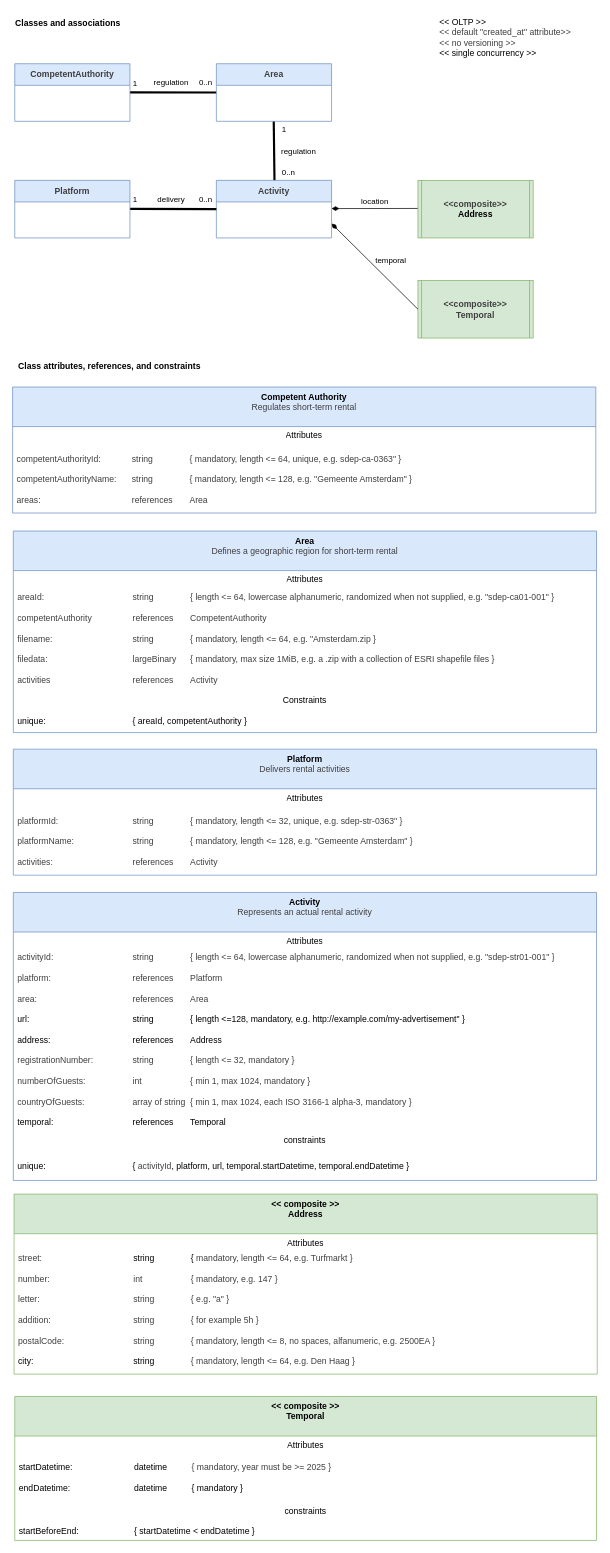
MinBZK/sdep.gov.nl keeps this draw.io diagram as docs/Classes.drawio. Above is the earlier version. Source tidied: cells renumbered, new cells numbered last; positions are measured from the earlier drawing's top-left corner, leaving out a move shared by most shapes. Both pictures are drawn from the tidied source at 72%, with x=0, y=0 at pixel (12, 12).
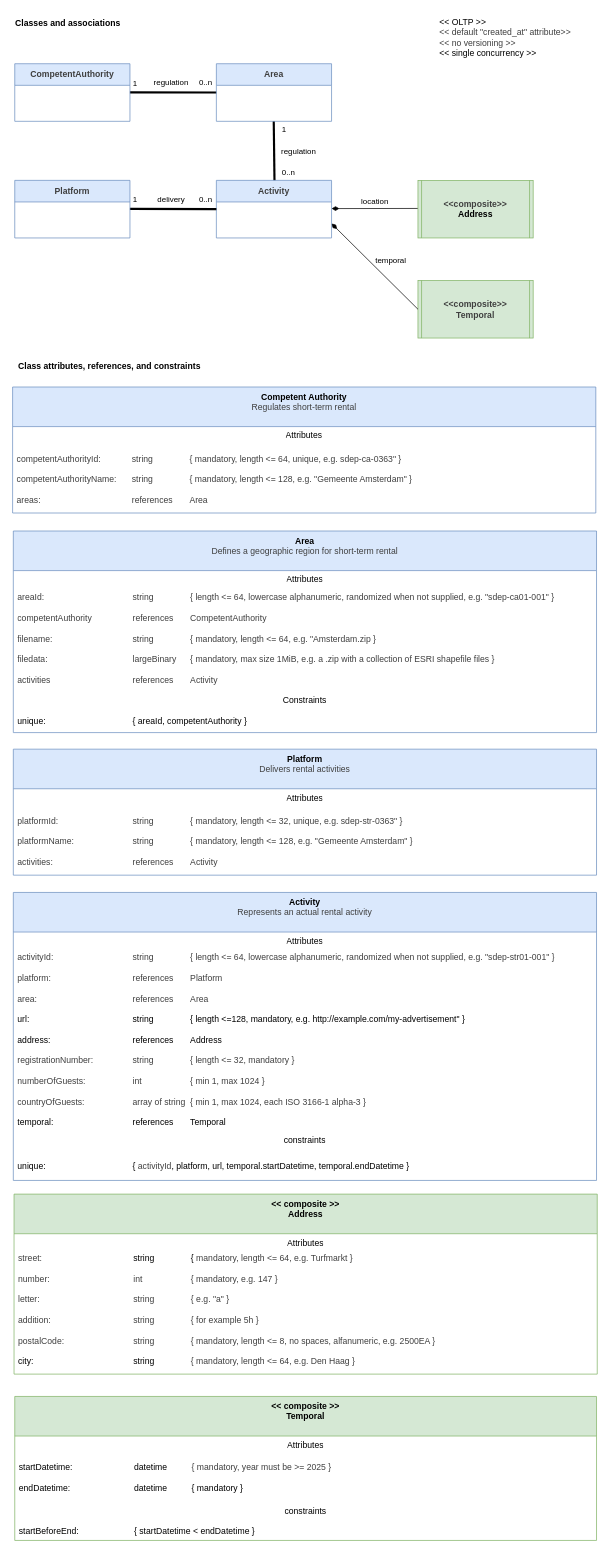
Above is the later version.

The change refers to these unchanged cells:
```xml
<mxCell id="31" value="&lt;div&gt;&lt;b style=&quot;background-color: transparent;&quot;&gt;Activity&lt;/b&gt;&lt;/div&gt;&lt;div&gt;&lt;div style=&quot;scrollbar-color: rgb(226, 226, 226) rgb(251, 251, 251); color: rgb(63, 63, 63);&quot;&gt;&lt;span style=&quot;scrollbar-color: rgb(226, 226, 226) rgb(251, 251, 251); background-color: transparent; color: rgb(63, 63, 63);&quot;&gt;Represents an actual rental activity&lt;/span&gt;&lt;/div&gt;&lt;div style=&quot;scrollbar-color: rgb(226, 226, 226) rgb(251, 251, 251); color: rgb(63, 63, 63);&quot;&gt;&lt;span style=&quot;scrollbar-color: rgb(226, 226, 226) rgb(251, 251, 251); background-color: transparent; color: rgb(63, 63, 63);&quot;&gt;&lt;br style=&quot;color: rgb(63, 63, 63); scrollbar-color: rgb(226, 226, 226) rgb(251, 251, 251);&quot;&gt;&lt;/span&gt;&lt;/div&gt;&lt;div style=&quot;scrollbar-color: rgb(226, 226, 226) rgb(251, 251, 251); color: rgb(63, 63, 63);&quot;&gt;&lt;br style=&quot;color: rgb(63, 63, 63); scrollbar-color: rgb(226, 226, 226) rgb(251, 251, 251); text-align: left;&quot;&gt;&lt;/div&gt;&lt;/div&gt;" style="swimlane;fontStyle=0;align=center;verticalAlign=top;horizontal=1;startSize=55;html=1;whiteSpace=wrap;fillColor=#dae8fc;strokeColor=#6c8ebf;" parent="1" vertex="1">
  <mxGeometry x="1" y="1222" width="810" height="400" as="geometry" />
</mxCell>
```

The edit, as a diff of the source:
```diff
@@
-    <mxCell id="33" value="&lt;div&gt;&lt;span style=&quot;color: rgb(63, 63, 63); scrollbar-color: rgb(226, 226, 226) rgb(251, 251, 251); background-color: transparent;&quot;&gt;activityId:&lt;/span&gt;&lt;span style=&quot;color: rgb(63, 63, 63); scrollbar-color: rgb(226, 226, 226) rgb(251, 251, 251); background-color: transparent; white-space: pre;&quot;&gt;&#9;&lt;/span&gt;&lt;span style=&quot;color: rgb(63, 63, 63); scrollbar-color: rgb(226, 226, 226) rgb(251, 251, 251); background-color: transparent; white-space: pre;&quot;&gt;&#9;&lt;/span&gt;&lt;span style=&quot;color: rgb(63, 63, 63); scrollbar-color: rgb(226, 226, 226) rgb(251, 251, 251); background-color: transparent; white-space: pre;&quot;&gt;&#9;&lt;/span&gt;&lt;span style=&quot;color: rgb(63, 63, 63); scrollbar-color: rgb(226, 226, 226) rgb(251, 251, 251); background-color: transparent; white-space: pre;&quot;&gt;&#9;&lt;span style=&quot;color: rgb(63, 63, 63); scrollbar-color: rgb(226, 226, 226) rgb(251, 251, 251); white-space: pre;&quot;&gt;&#9;&lt;/span&gt;&lt;/span&gt;&lt;span style=&quot;color: rgb(63, 63, 63); scrollbar-color: rgb(226, 226, 226) rgb(251, 251, 251); background-color: transparent;&quot;&gt;string&amp;nbsp;&lt;/span&gt;&lt;span style=&quot;color: rgb(63, 63, 63); scrollbar-color: rgb(226, 226, 226) rgb(251, 251, 251); background-color: transparent; white-space: pre;&quot;&gt;&#9;&lt;span style=&quot;color: rgb(63, 63, 63); scrollbar-color: rgb(226, 226, 226) rgb(251, 251, 251); white-space: pre;&quot;&gt;&#9;&lt;/span&gt;&lt;/span&gt;&lt;span style=&quot;color: rgb(63, 63, 63); scrollbar-color: rgb(226, 226, 226) rgb(251, 251, 251); background-color: transparent;&quot;&gt;{ length &amp;lt;= 64, lowercase alphanumeric,&amp;nbsp;&lt;/span&gt;&lt;span style=&quot;scrollbar-color: rgb(226, 226, 226) rgb(251, 251, 251); background-color: transparent; color: rgb(63, 63, 63);&quot;&gt;randomized when not supplied, e.g.&lt;/span&gt;&lt;span style=&quot;scrollbar-color: rgb(226, 226, 226) rgb(251, 251, 251); background-color: transparent; color: rgb(63, 63, 63);&quot;&gt;&amp;nbsp;&quot;sdep-str01-001&quot; }&lt;/span&gt;&lt;span style=&quot;background-color: transparent;&quot;&gt;&lt;/span&gt;&lt;/div&gt;&lt;div&gt;&lt;span style=&quot;scrollbar-color: rgb(226, 226, 226) rgb(251, 251, 251); background-color: transparent; color: rgb(63, 63, 63);&quot;&gt;&lt;br&gt;&lt;/span&gt;&lt;/div&gt;&lt;div&gt;&lt;span style=&quot;color: rgb(63, 63, 63);&quot;&gt;platform:&amp;nbsp;&lt;/span&gt;&lt;span style=&quot;color: rgb(63, 63, 63); scrollbar-color: rgb(226, 226, 226) rgb(251, 251, 251); white-space: pre;&quot;&gt;&#9;&lt;/span&gt;&lt;span style=&quot;color: rgb(63, 63, 63); scrollbar-color: rgb(226, 226, 226) rgb(251, 251, 251); white-space: pre;&quot;&gt;&#9;&lt;/span&gt;&lt;span style=&quot;color: rgb(63, 63, 63); scrollbar-color: rgb(226, 226, 226) rgb(251, 251, 251); white-space: pre;&quot;&gt;&#9;&lt;/span&gt;&lt;span style=&quot;color: rgb(63, 63, 63); scrollbar-color: rgb(226, 226, 226) rgb(251, 251, 251); white-space: pre;&quot;&gt;&#9;&lt;/span&gt;&lt;span style=&quot;color: rgb(63, 63, 63); scrollbar-color: rgb(226, 226, 226) rgb(251, 251, 251); white-space: pre;&quot;&gt;&#9;&lt;/span&gt;&lt;span style=&quot;color: rgb(63, 63, 63);&quot;&gt;references&amp;nbsp;&lt;/span&gt;&lt;span style=&quot;color: rgb(63, 63, 63); scrollbar-color: rgb(226, 226, 226) rgb(251, 251, 251); white-space: pre;&quot;&gt;&#9;&lt;/span&gt;&lt;span style=&quot;color: rgb(63, 63, 63);&quot;&gt;Platform&lt;/span&gt;&lt;span style=&quot;background-color: transparent;&quot;&gt;&lt;/span&gt;&lt;/div&gt;&lt;div&gt;&lt;span style=&quot;color: rgb(63, 63, 63);&quot;&gt;&lt;br&gt;&lt;/span&gt;&lt;/div&gt;&lt;div&gt;&lt;div style=&quot;scrollbar-color: rgb(226, 226, 226) rgb(251, 251, 251); color: rgb(63, 63, 63);&quot;&gt;area:&amp;nbsp;&lt;span style=&quot;color: rgb(63, 63, 63); scrollbar-color: rgb(226, 226, 226) rgb(251, 251, 251); white-space: pre;&quot;&gt;&#9;&lt;/span&gt;&lt;span style=&quot;color: rgb(63, 63, 63); scrollbar-color: rgb(226, 226, 226) rgb(251, 251, 251); white-space: pre;&quot;&gt;&#9;&lt;/span&gt;&lt;span style=&quot;color: rgb(63, 63, 63); scrollbar-color: rgb(226, 226, 226) rgb(251, 251, 251); white-space: pre;&quot;&gt;&#9;&lt;/span&gt;&lt;span style=&quot;color: rgb(63, 63, 63); scrollbar-color: rgb(226, 226, 226) rgb(251, 251, 251); white-space: pre;&quot;&gt;&#9;&lt;/span&gt;&lt;span style=&quot;color: rgb(63, 63, 63); scrollbar-color: rgb(226, 226, 226) rgb(251, 251, 251); white-space: pre;&quot;&gt;&#9;&lt;/span&gt;references&amp;nbsp;&lt;span style=&quot;color: rgb(63, 63, 63); scrollbar-color: rgb(226, 226, 226) rgb(251, 251, 251); white-space: pre;&quot;&gt;&#9;&lt;/span&gt;Area&lt;/div&gt;&lt;div style=&quot;scrollbar-color: rgb(226, 226, 226) rgb(251, 251, 251); color: rgb(63, 63, 63);&quot;&gt;&lt;br style=&quot;color: rgb(63, 63, 63); scrollbar-color: rgb(226, 226, 226) rgb(251, 251, 251);&quot;&gt;&lt;/div&gt;&lt;/div&gt;&lt;div&gt;&lt;span style=&quot;background-color: transparent;&quot;&gt;url: &lt;span style=&quot;white-space: pre;&quot;&gt;&#9;&lt;/span&gt;&lt;span style=&quot;white-space: pre;&quot;&gt;&#9;&lt;/span&gt;&lt;span style=&quot;white-space: pre;&quot;&gt;&#9;&lt;/span&gt;&lt;span style=&quot;white-space: pre;&quot;&gt;&#9;&lt;/span&gt;&lt;span style=&quot;white-space: pre;&quot;&gt;&#9;&lt;span style=&quot;white-space: pre;&quot;&gt;&#9;&lt;/span&gt;&lt;/span&gt;string&amp;nbsp;&lt;span style=&quot;white-space: pre;&quot;&gt;&#9;&lt;/span&gt;&lt;span style=&quot;white-space: pre;&quot;&gt;&#9;&lt;/span&gt;&lt;/span&gt;&lt;span style=&quot;background-color: transparent;&quot;&gt;{ length &amp;lt;=128, mandatory, e.g.&amp;nbsp;&lt;/span&gt;&lt;span style=&quot;background-color: transparent;&quot;&gt;http://example.com/my-advertisement&quot; }&lt;/span&gt;&lt;/div&gt;&lt;div&gt;&lt;span style=&quot;background-color: transparent;&quot;&gt;&lt;br&gt;&lt;/span&gt;&lt;/div&gt;&lt;div&gt;&lt;span style=&quot;background-color: transparent;&quot;&gt;address: &lt;span style=&quot;white-space: pre;&quot;&gt;&#9;&lt;/span&gt;&lt;span style=&quot;white-space: pre;&quot;&gt;&#9;&lt;span style=&quot;white-space: pre;&quot;&gt;&#9;&lt;/span&gt;&lt;span style=&quot;white-space: pre;&quot;&gt;&#9;&lt;/span&gt;&lt;span style=&quot;white-space: pre;&quot;&gt;&#9;&lt;/span&gt;&lt;/span&gt;references&lt;span style=&quot;white-space: pre;&quot;&gt;&#9;&lt;/span&gt;Address&lt;/span&gt;&lt;/div&gt;&lt;div&gt;&lt;span style=&quot;background-color: transparent;&quot;&gt;&lt;br&gt;&lt;/span&gt;&lt;/div&gt;&lt;div&gt;&lt;div style=&quot;color: rgb(63, 63, 63); scrollbar-color: rgb(226, 226, 226) rgb(251, 251, 251);&quot;&gt;&lt;span style=&quot;color: rgb(63, 63, 63); scrollbar-color: rgb(226, 226, 226) rgb(251, 251, 251); background-color: transparent;&quot;&gt;registrationNumber: &lt;span style=&quot;white-space: pre;&quot;&gt;&#9;&lt;/span&gt;&lt;span style=&quot;white-space: pre;&quot;&gt;&#9;&lt;/span&gt;string&amp;nbsp;&lt;span style=&quot;white-space: pre;&quot;&gt;&#9;&lt;/span&gt;&lt;span style=&quot;white-space: pre;&quot;&gt;&#9;&lt;/span&gt;&lt;/span&gt;&lt;span style=&quot;background-color: transparent; scrollbar-color: rgb(226, 226, 226) rgb(251, 251, 251); color: rgb(63, 63, 63);&quot;&gt;{ length &amp;lt;= 32,&amp;nbsp;&lt;/span&gt;&lt;span style=&quot;background-color: transparent; scrollbar-color: rgb(226, 226, 226) rgb(251, 251, 251); color: rgb(63, 63, 63);&quot;&gt;mandatory&lt;/span&gt;&lt;span style=&quot;background-color: transparent; scrollbar-color: rgb(226, 226, 226) rgb(251, 251, 251); color: rgb(63, 63, 63);&quot;&gt;&amp;nbsp;}&lt;/span&gt;&lt;/div&gt;&lt;div style=&quot;color: rgb(63, 63, 63); scrollbar-color: rgb(226, 226, 226) rgb(251, 251, 251);&quot;&gt;&lt;br&gt;&lt;/div&gt;&lt;/div&gt;&lt;div&gt;&lt;span style=&quot;color: rgb(0, 0, 0);&quot;&gt;&lt;div style=&quot;color: rgb(63, 63, 63); scrollbar-color: rgb(226, 226, 226) rgb(251, 251, 251);&quot;&gt;&lt;span style=&quot;scrollbar-color: rgb(226, 226, 226) rgb(251, 251, 251); color: rgb(63, 63, 63);&quot;&gt;numberOfGuests: &lt;span style=&quot;white-space: pre;&quot;&gt;&#9;&lt;/span&gt;&lt;span style=&quot;white-space: pre;&quot;&gt;&#9;&lt;/span&gt;&lt;span style=&quot;white-space: pre;&quot;&gt;&#9;&lt;/span&gt;int&lt;span style=&quot;white-space: pre;&quot;&gt;&#9;&lt;/span&gt;&amp;nbsp;&lt;span style=&quot;white-space: pre;&quot;&gt;&#9;&lt;/span&gt;&lt;span style=&quot;white-space: pre;&quot;&gt;&#9;&lt;/span&gt;&lt;/span&gt;&lt;span style=&quot;background-color: transparent;&quot;&gt;{ min 1, max 1024, mandatory }&lt;/span&gt;&lt;/div&gt;&lt;div&gt;&lt;span style=&quot;scrollbar-color: rgb(226, 226, 226) rgb(251, 251, 251); color: rgb(63, 63, 63);&quot;&gt;&lt;br&gt;&lt;/span&gt;&lt;/div&gt;&lt;/span&gt;&lt;/div&gt;&lt;div&gt;&lt;span style=&quot;background-color: transparent; scrollbar-color: rgb(226, 226, 226) rgb(251, 251, 251); color: rgb(63, 63, 63);&quot;&gt;countryOfGuests: &lt;span style=&quot;white-space: pre;&quot;&gt;&#9;&lt;/span&gt;&lt;span style=&quot;white-space: pre;&quot;&gt;&#9;&lt;/span&gt;&lt;span style=&quot;white-space: pre;&quot;&gt;&#9;&lt;/span&gt;array of string&amp;nbsp;&lt;span style=&quot;white-space: pre;&quot;&gt;&#9;&lt;/span&gt;&lt;/span&gt;&lt;span style=&quot;background-color: transparent; color: rgb(63, 63, 63);&quot;&gt;{ min 1, max 1024, each ISO 3166-1 alpha-3, mandatory }&lt;/span&gt;&lt;/div&gt;&lt;div&gt;&lt;span style=&quot;background-color: transparent;&quot;&gt;&lt;br&gt;&lt;/span&gt;&lt;/div&gt;&lt;div&gt;&lt;span style=&quot;background-color: transparent;&quot;&gt;temporal: &lt;span style=&quot;white-space: pre;&quot;&gt;&#9;&lt;/span&gt;&lt;span style=&quot;white-space: pre;&quot;&gt;&#9;&lt;/span&gt;&lt;span style=&quot;white-space: pre;&quot;&gt;&#9;&lt;/span&gt;&lt;span style=&quot;white-space: pre;&quot;&gt;&#9;&lt;/span&gt;references &lt;span style=&quot;white-space: pre;&quot;&gt;&#9;&lt;/span&gt;Temporal&lt;/span&gt;&lt;/div&gt;" style="text;html=1;strokeColor=none;fillColor=none;align=left;verticalAlign=middle;spacingLeft=4;spacingRight=4;overflow=hidden;whiteSpace=wrap;" parent="31" vertex="1">
+    <mxCell id="33" value="&lt;div&gt;&lt;span style=&quot;color: rgb(63, 63, 63); scrollbar-color: rgb(226, 226, 226) rgb(251, 251, 251); background-color: transparent;&quot;&gt;activityId:&lt;/span&gt;&lt;span style=&quot;color: rgb(63, 63, 63); scrollbar-color: rgb(226, 226, 226) rgb(251, 251, 251); background-color: transparent; white-space: pre;&quot;&gt;&#9;&lt;/span&gt;&lt;span style=&quot;color: rgb(63, 63, 63); scrollbar-color: rgb(226, 226, 226) rgb(251, 251, 251); background-color: transparent; white-space: pre;&quot;&gt;&#9;&lt;/span&gt;&lt;span style=&quot;color: rgb(63, 63, 63); scrollbar-color: rgb(226, 226, 226) rgb(251, 251, 251); background-color: transparent; white-space: pre;&quot;&gt;&#9;&lt;/span&gt;&lt;span style=&quot;color: rgb(63, 63, 63); scrollbar-color: rgb(226, 226, 226) rgb(251, 251, 251); background-color: transparent; white-space: pre;&quot;&gt;&#9;&lt;span style=&quot;color: rgb(63, 63, 63); scrollbar-color: rgb(226, 226, 226) rgb(251, 251, 251); white-space: pre;&quot;&gt;&#9;&lt;/span&gt;&lt;/span&gt;&lt;span style=&quot;color: rgb(63, 63, 63); scrollbar-color: rgb(226, 226, 226) rgb(251, 251, 251); background-color: transparent;&quot;&gt;string&amp;nbsp;&lt;/span&gt;&lt;span style=&quot;color: rgb(63, 63, 63); scrollbar-color: rgb(226, 226, 226) rgb(251, 251, 251); background-color: transparent; white-space: pre;&quot;&gt;&#9;&lt;span style=&quot;color: rgb(63, 63, 63); scrollbar-color: rgb(226, 226, 226) rgb(251, 251, 251); white-space: pre;&quot;&gt;&#9;&lt;/span&gt;&lt;/span&gt;&lt;span style=&quot;color: rgb(63, 63, 63); scrollbar-color: rgb(226, 226, 226) rgb(251, 251, 251); background-color: transparent;&quot;&gt;{ length &amp;lt;= 64, lowercase alphanumeric,&amp;nbsp;&lt;/span&gt;&lt;span style=&quot;scrollbar-color: rgb(226, 226, 226) rgb(251, 251, 251); background-color: transparent; color: rgb(63, 63, 63);&quot;&gt;randomized when not supplied, e.g.&lt;/span&gt;&lt;span style=&quot;scrollbar-color: rgb(226, 226, 226) rgb(251, 251, 251); background-color: transparent; color: rgb(63, 63, 63);&quot;&gt;&amp;nbsp;&quot;sdep-str01-001&quot; }&lt;/span&gt;&lt;span style=&quot;background-color: transparent;&quot;&gt;&lt;/span&gt;&lt;/div&gt;&lt;div&gt;&lt;span style=&quot;scrollbar-color: rgb(226, 226, 226) rgb(251, 251, 251); background-color: transparent; color: rgb(63, 63, 63);&quot;&gt;&lt;br&gt;&lt;/span&gt;&lt;/div&gt;&lt;div&gt;&lt;span style=&quot;color: rgb(63, 63, 63);&quot;&gt;platform:&amp;nbsp;&lt;/span&gt;&lt;span style=&quot;color: rgb(63, 63, 63); scrollbar-color: rgb(226, 226, 226) rgb(251, 251, 251); white-space: pre;&quot;&gt;&#9;&lt;/span&gt;&lt;span style=&quot;color: rgb(63, 63, 63); scrollbar-color: rgb(226, 226, 226) rgb(251, 251, 251); white-space: pre;&quot;&gt;&#9;&lt;/span&gt;&lt;span style=&quot;color: rgb(63, 63, 63); scrollbar-color: rgb(226, 226, 226) rgb(251, 251, 251); white-space: pre;&quot;&gt;&#9;&lt;/span&gt;&lt;span style=&quot;color: rgb(63, 63, 63); scrollbar-color: rgb(226, 226, 226) rgb(251, 251, 251); white-space: pre;&quot;&gt;&#9;&lt;/span&gt;&lt;span style=&quot;color: rgb(63, 63, 63); scrollbar-color: rgb(226, 226, 226) rgb(251, 251, 251); white-space: pre;&quot;&gt;&#9;&lt;/span&gt;&lt;span style=&quot;color: rgb(63, 63, 63);&quot;&gt;references&amp;nbsp;&lt;/span&gt;&lt;span style=&quot;color: rgb(63, 63, 63); scrollbar-color: rgb(226, 226, 226) rgb(251, 251, 251); white-space: pre;&quot;&gt;&#9;&lt;/span&gt;&lt;span style=&quot;color: rgb(63, 63, 63);&quot;&gt;Platform&lt;/span&gt;&lt;span style=&quot;background-color: transparent;&quot;&gt;&lt;/span&gt;&lt;/div&gt;&lt;div&gt;&lt;span style=&quot;color: rgb(63, 63, 63);&quot;&gt;&lt;br&gt;&lt;/span&gt;&lt;/div&gt;&lt;div&gt;&lt;div style=&quot;scrollbar-color: rgb(226, 226, 226) rgb(251, 251, 251); color: rgb(63, 63, 63);&quot;&gt;area:&amp;nbsp;&lt;span style=&quot;color: rgb(63, 63, 63); scrollbar-color: rgb(226, 226, 226) rgb(251, 251, 251); white-space: pre;&quot;&gt;&#9;&lt;/span&gt;&lt;span style=&quot;color: rgb(63, 63, 63); scrollbar-color: rgb(226, 226, 226) rgb(251, 251, 251); white-space: pre;&quot;&gt;&#9;&lt;/span&gt;&lt;span style=&quot;color: rgb(63, 63, 63); scrollbar-color: rgb(226, 226, 226) rgb(251, 251, 251); white-space: pre;&quot;&gt;&#9;&lt;/span&gt;&lt;span style=&quot;color: rgb(63, 63, 63); scrollbar-color: rgb(226, 226, 226) rgb(251, 251, 251); white-space: pre;&quot;&gt;&#9;&lt;/span&gt;&lt;span style=&quot;color: rgb(63, 63, 63); scrollbar-color: rgb(226, 226, 226) rgb(251, 251, 251); white-space: pre;&quot;&gt;&#9;&lt;/span&gt;references&amp;nbsp;&lt;span style=&quot;color: rgb(63, 63, 63); scrollbar-color: rgb(226, 226, 226) rgb(251, 251, 251); white-space: pre;&quot;&gt;&#9;&lt;/span&gt;Area&lt;/div&gt;&lt;div style=&quot;scrollbar-color: rgb(226, 226, 226) rgb(251, 251, 251); color: rgb(63, 63, 63);&quot;&gt;&lt;br style=&quot;color: rgb(63, 63, 63); scrollbar-color: rgb(226, 226, 226) rgb(251, 251, 251);&quot;&gt;&lt;/div&gt;&lt;/div&gt;&lt;div&gt;&lt;span style=&quot;background-color: transparent;&quot;&gt;url: &lt;span style=&quot;white-space: pre;&quot;&gt;&#9;&lt;/span&gt;&lt;span style=&quot;white-space: pre;&quot;&gt;&#9;&lt;/span&gt;&lt;span style=&quot;white-space: pre;&quot;&gt;&#9;&lt;/span&gt;&lt;span style=&quot;white-space: pre;&quot;&gt;&#9;&lt;/span&gt;&lt;span style=&quot;white-space: pre;&quot;&gt;&#9;&lt;span style=&quot;white-space: pre;&quot;&gt;&#9;&lt;/span&gt;&lt;/span&gt;string&amp;nbsp;&lt;span style=&quot;white-space: pre;&quot;&gt;&#9;&lt;/span&gt;&lt;span style=&quot;white-space: pre;&quot;&gt;&#9;&lt;/span&gt;&lt;/span&gt;&lt;span style=&quot;background-color: transparent;&quot;&gt;{ length &amp;lt;=128, mandatory, e.g.&amp;nbsp;&lt;/span&gt;&lt;span style=&quot;background-color: transparent;&quot;&gt;http://example.com/my-advertisement&quot; }&lt;/span&gt;&lt;/div&gt;&lt;div&gt;&lt;span style=&quot;background-color: transparent;&quot;&gt;&lt;br&gt;&lt;/span&gt;&lt;/div&gt;&lt;div&gt;&lt;span style=&quot;background-color: transparent;&quot;&gt;address: &lt;span style=&quot;white-space: pre;&quot;&gt;&#9;&lt;/span&gt;&lt;span style=&quot;white-space: pre;&quot;&gt;&#9;&lt;span style=&quot;white-space: pre;&quot;&gt;&#9;&lt;/span&gt;&lt;span style=&quot;white-space: pre;&quot;&gt;&#9;&lt;/span&gt;&lt;span style=&quot;white-space: pre;&quot;&gt;&#9;&lt;/span&gt;&lt;/span&gt;references&lt;span style=&quot;white-space: pre;&quot;&gt;&#9;&lt;/span&gt;Address&lt;/span&gt;&lt;/div&gt;&lt;div&gt;&lt;span style=&quot;background-color: transparent;&quot;&gt;&lt;br&gt;&lt;/span&gt;&lt;/div&gt;&lt;div&gt;&lt;div style=&quot;color: rgb(63, 63, 63); scrollbar-color: rgb(226, 226, 226) rgb(251, 251, 251);&quot;&gt;&lt;span style=&quot;color: rgb(63, 63, 63); scrollbar-color: rgb(226, 226, 226) rgb(251, 251, 251); background-color: transparent;&quot;&gt;registrationNumber: &lt;span style=&quot;white-space: pre;&quot;&gt;&#9;&lt;/span&gt;&lt;span style=&quot;white-space: pre;&quot;&gt;&#9;&lt;/span&gt;string&amp;nbsp;&lt;span style=&quot;white-space: pre;&quot;&gt;&#9;&lt;/span&gt;&lt;span style=&quot;white-space: pre;&quot;&gt;&#9;&lt;/span&gt;&lt;/span&gt;&lt;span style=&quot;background-color: transparent; scrollbar-color: rgb(226, 226, 226) rgb(251, 251, 251); color: rgb(63, 63, 63);&quot;&gt;{ length &amp;lt;= 32,&amp;nbsp;&lt;/span&gt;&lt;span style=&quot;background-color: transparent; scrollbar-color: rgb(226, 226, 226) rgb(251, 251, 251); color: rgb(63, 63, 63);&quot;&gt;mandatory&lt;/span&gt;&lt;span style=&quot;background-color: transparent; scrollbar-color: rgb(226, 226, 226) rgb(251, 251, 251); color: rgb(63, 63, 63);&quot;&gt;&amp;nbsp;}&lt;/span&gt;&lt;/div&gt;&lt;div style=&quot;color: rgb(63, 63, 63); scrollbar-color: rgb(226, 226, 226) rgb(251, 251, 251);&quot;&gt;&lt;br&gt;&lt;/div&gt;&lt;/div&gt;&lt;div&gt;&lt;span style=&quot;color: rgb(0, 0, 0);&quot;&gt;&lt;div style=&quot;color: rgb(63, 63, 63); scrollbar-color: rgb(226, 226, 226) rgb(251, 251, 251);&quot;&gt;&lt;span style=&quot;scrollbar-color: rgb(226, 226, 226) rgb(251, 251, 251); color: rgb(63, 63, 63);&quot;&gt;numberOfGuests: &lt;span style=&quot;white-space: pre;&quot;&gt;&#9;&lt;/span&gt;&lt;span style=&quot;white-space: pre;&quot;&gt;&#9;&lt;/span&gt;&lt;span style=&quot;white-space: pre;&quot;&gt;&#9;&lt;/span&gt;int&lt;span style=&quot;white-space: pre;&quot;&gt;&#9;&lt;/span&gt;&amp;nbsp;&lt;span style=&quot;white-space: pre;&quot;&gt;&#9;&lt;/span&gt;&lt;span style=&quot;white-space: pre;&quot;&gt;&#9;&lt;/span&gt;&lt;/span&gt;&lt;span style=&quot;background-color: transparent;&quot;&gt;{ min 1, max 1024 }&lt;/span&gt;&lt;/div&gt;&lt;div&gt;&lt;span style=&quot;scrollbar-color: rgb(226, 226, 226) rgb(251, 251, 251); color: rgb(63, 63, 63);&quot;&gt;&lt;br&gt;&lt;/span&gt;&lt;/div&gt;&lt;/span&gt;&lt;/div&gt;&lt;div&gt;&lt;span style=&quot;background-color: transparent; scrollbar-color: rgb(226, 226, 226) rgb(251, 251, 251); color: rgb(63, 63, 63);&quot;&gt;countryOfGuests: &lt;span style=&quot;white-space: pre;&quot;&gt;&#9;&lt;/span&gt;&lt;span style=&quot;white-space: pre;&quot;&gt;&#9;&lt;/span&gt;&lt;span style=&quot;white-space: pre;&quot;&gt;&#9;&lt;/span&gt;array of string&amp;nbsp;&lt;span style=&quot;white-space: pre;&quot;&gt;&#9;&lt;/span&gt;&lt;/span&gt;&lt;span style=&quot;background-color: transparent; color: rgb(63, 63, 63);&quot;&gt;{ min 1, max 1024, each ISO 3166-1 alpha-3 }&lt;/span&gt;&lt;/div&gt;&lt;div&gt;&lt;span style=&quot;background-color: transparent;&quot;&gt;&lt;br&gt;&lt;/span&gt;&lt;/div&gt;&lt;div&gt;&lt;span style=&quot;background-color: transparent;&quot;&gt;temporal: &lt;span style=&quot;white-space: pre;&quot;&gt;&#9;&lt;/span&gt;&lt;span style=&quot;white-space: pre;&quot;&gt;&#9;&lt;/span&gt;&lt;span style=&quot;white-space: pre;&quot;&gt;&#9;&lt;/span&gt;&lt;span style=&quot;white-space: pre;&quot;&gt;&#9;&lt;/span&gt;references &lt;span style=&quot;white-space: pre;&quot;&gt;&#9;&lt;/span&gt;Temporal&lt;/span&gt;&lt;/div&gt;" style="text;html=1;strokeColor=none;fillColor=none;align=left;verticalAlign=middle;spacingLeft=4;spacingRight=4;overflow=hidden;whiteSpace=wrap;" parent="31" vertex="1">
       <mxGeometry y="80" width="810" height="250" as="geometry" />
     </mxCell>
```
